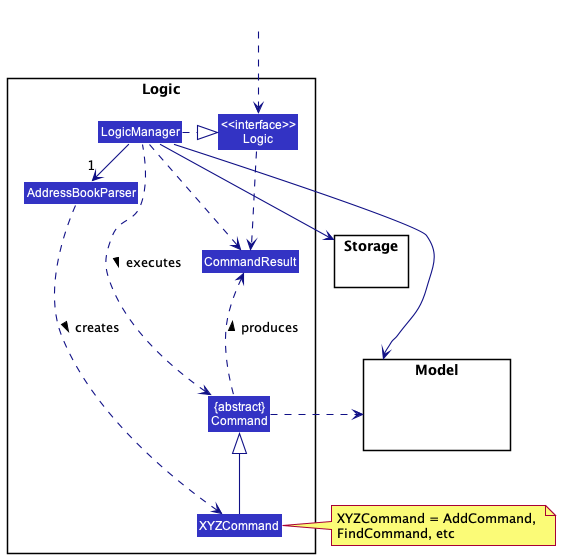
The PlantUML diagram docs/images/LogicClassDiagram.png in nus-cs2103-AY2223S1/tp, before a commit.
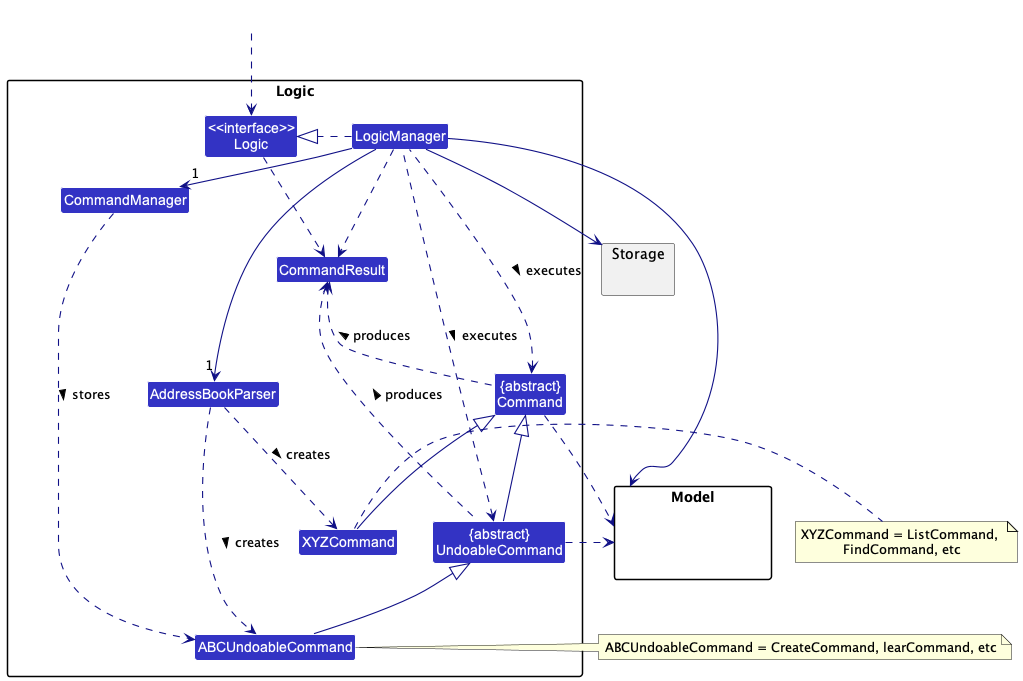
The same diagram one commit later.

Commit message:
Edited DG Logic Component

What changed in the source:
```diff
@@ -7,9 +7,12 @@
 package Logic {
 
 Class AddressBookParser
+Class CommandManager
 Class XYZCommand
+Class ABCUndoableCommand
 Class CommandResult
 Class "{abstract}\nCommand" as Command
+Class "{abstract}\nUndoableCommand" as UndoableCommand
 
 
 Class "<<interface>>\nLogic" as Logic
@@ -27,20 +30,31 @@
 HiddenOutside ..> Logic
 
 LogicManager .right.|> Logic
+LogicManager -right->"1" CommandManager
 LogicManager -right->"1" AddressBookParser
 AddressBookParser ..> XYZCommand : creates >
+AddressBookParser ..> ABCUndoableCommand : creates >
+CommandManager ..> ABCUndoableCommand : stores >
 
 XYZCommand -up-|> Command
+UndoableCommand -up-|> Command
+ABCUndoableCommand -up-|> UndoableCommand
 LogicManager .left.> Command : executes >
+LogicManager .left.> UndoableCommand : executes >
 
 LogicManager --> Model
 LogicManager --> Storage
 Storage --[hidden] Model
 Command .[hidden]up.> Storage
+UndoableCommand .[hidden]up.> Storage
 Command .right.> Model
-note right of XYZCommand: XYZCommand = AddCommand, \nFindCommand, etc
+UndoableCommand .right.> Model
+note right of ABCUndoableCommand: ABCUndoableCommand = CreateCommand, \ClearCommand, etc
+note right of XYZCommand: XYZCommand = ListCommand, \nFindCommand, etc
 
 Logic ..> CommandResult
 LogicManager .down.> CommandResult
 Command .up.> CommandResult : produces >
+UndoableCommand .up.> CommandResult : produces >
+
 @enduml
```
